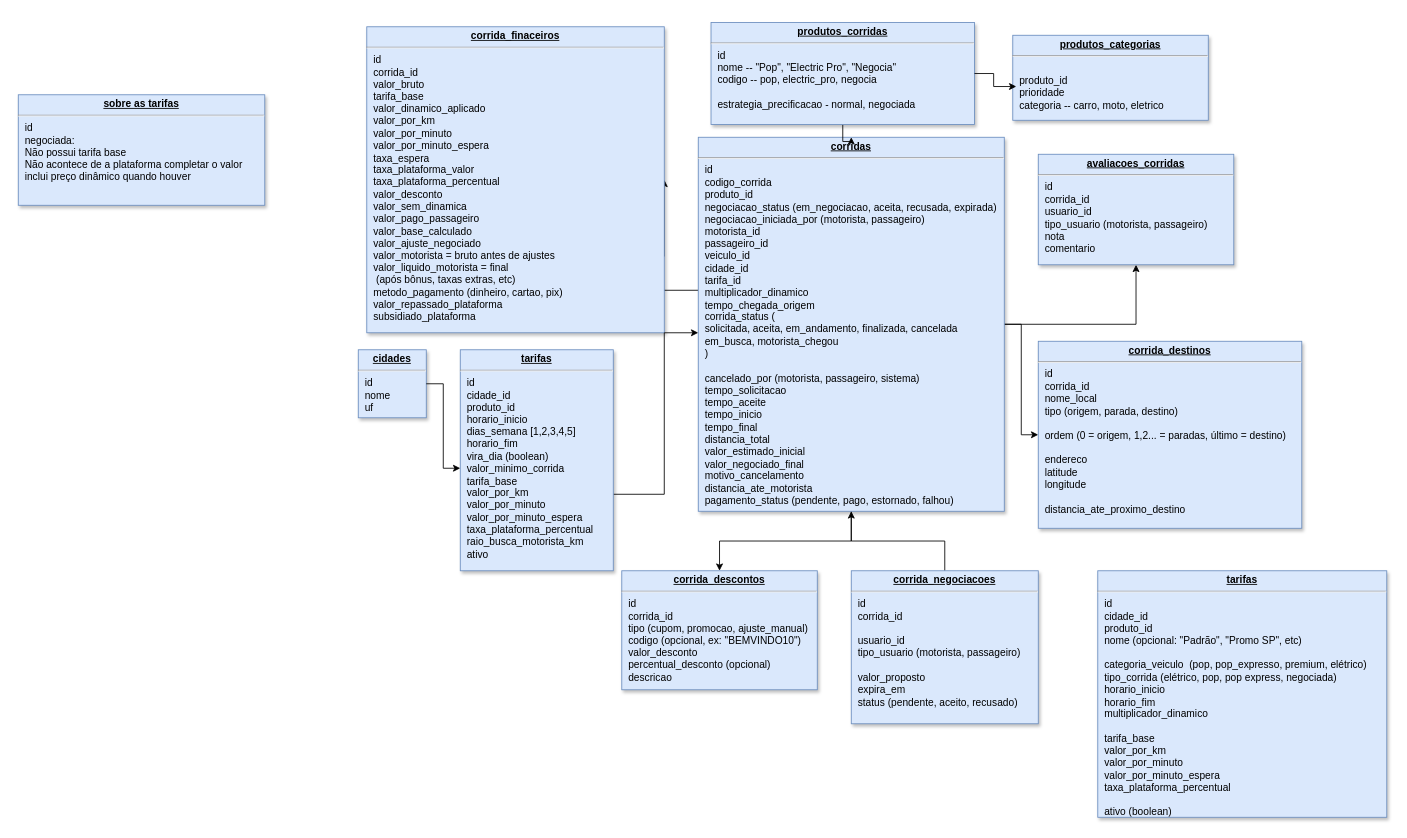
PnA-Publicidade/aplicativo-mobilidade-urbana-backend keeps this draw.io diagram as page "corridas" (2 of 2) of Diagrama sem nome.drawio. Above is the earlier version. Source tidied: cells renumbered, new cells numbered last; positions are measured from the earlier drawing's top-left corner, leaving out a move shared by most shapes. Both pictures are drawn from the tidied source at 85%, with x=0, y=0 at pixel (18, 22).
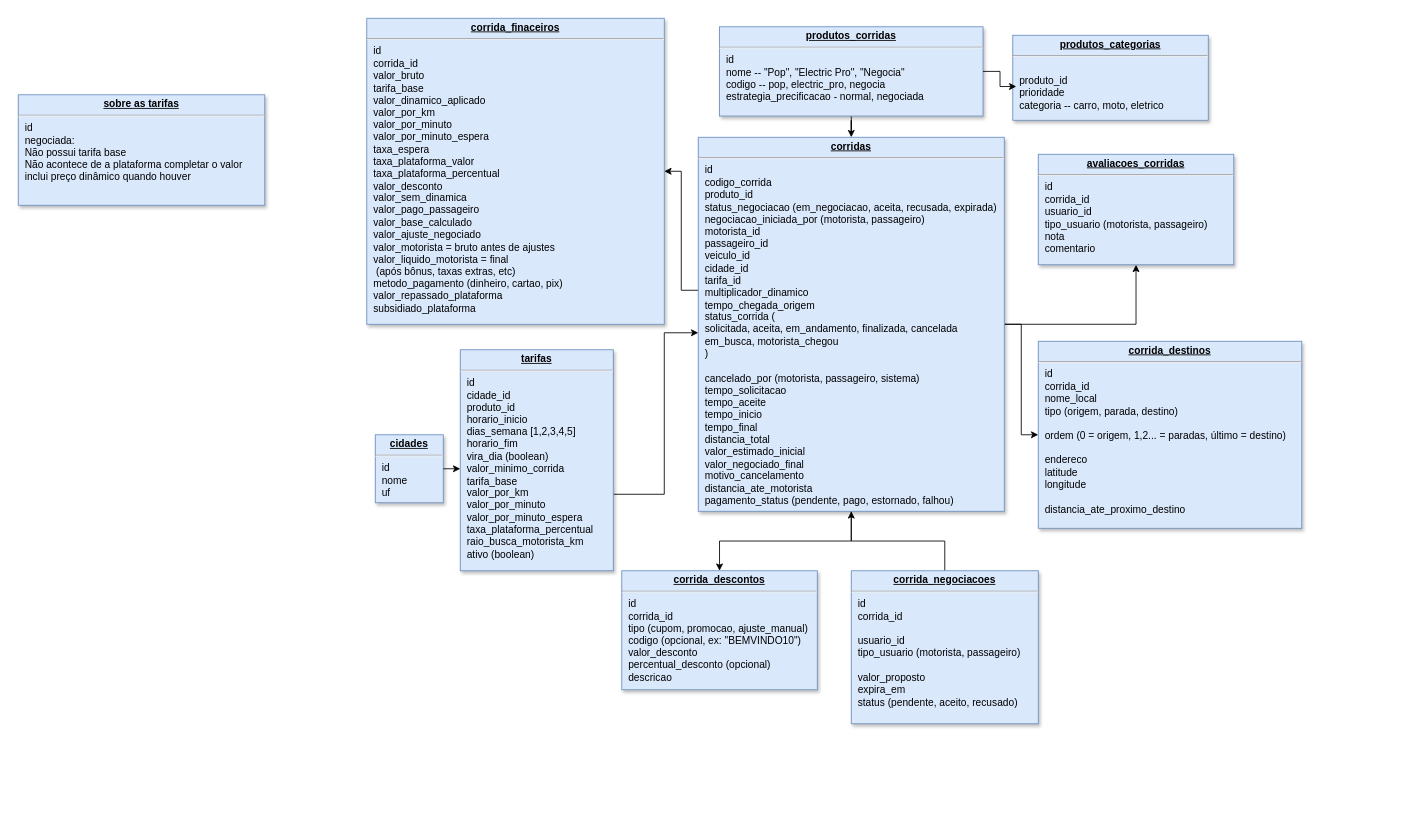
The same diagram, later.

What changed in the source:
```diff
@@
     <mxCell id="3" style="edgeStyle=orthogonalEdgeStyle;rounded=0;jettySize=auto;html=1;entryX=1;entryY=0.5;entryDx=0;entryDy=0;" parent="1" edge="1" source="6" target="7">
       <mxGeometry relative="1" as="geometry">
         <Array as="points">
-          <mxPoint x="740" y="315" />
-          <mxPoint x="740" y="275" />
+          <mxPoint x="780" y="315" />
+          <mxPoint x="780" y="175" />
         </Array>
       </mxGeometry>
     </mxCell>
@@
-    <mxCell id="6" value="&lt;p style=&quot;margin: 0px ; margin-top: 4px ; text-align: center ; text-decoration: underline&quot;&gt;&lt;b&gt;corridas&lt;/b&gt;&lt;/p&gt;&lt;hr&gt;&lt;p style=&quot;margin: 0px ; margin-left: 8px&quot;&gt;id&lt;/p&gt;&lt;p style=&quot;margin: 0px ; margin-left: 8px&quot;&gt;codigo_corrida&lt;/p&gt;&lt;p style=&quot;margin: 0px ; margin-left: 8px&quot;&gt;produto_id&lt;/p&gt;&lt;p style=&quot;margin: 0px ; margin-left: 8px&quot;&gt;negociacao_status (em_negociacao, aceita, recusada, expirada)&lt;/p&gt;&lt;p style=&quot;margin: 0px ; margin-left: 8px&quot;&gt;negociacao_iniciada_por (motorista, passageiro)&lt;/p&gt;&lt;p style=&quot;margin: 0px ; margin-left: 8px&quot;&gt;motorista_id&lt;/p&gt;&lt;p style=&quot;margin: 0px ; margin-left: 8px&quot;&gt;passageiro_id&lt;/p&gt;&lt;p style=&quot;margin: 0px ; margin-left: 8px&quot;&gt;veiculo_id&amp;nbsp;&lt;/p&gt;&lt;p style=&quot;margin: 0px ; margin-left: 8px&quot;&gt;cidade_id&lt;/p&gt;&lt;p style=&quot;margin: 0px ; margin-left: 8px&quot;&gt;tarifa_id&lt;/p&gt;&lt;p style=&quot;margin: 0px ; margin-left: 8px&quot;&gt;multiplicador_dinamico&lt;/p&gt;&lt;p style=&quot;margin: 0px ; margin-left: 8px&quot;&gt;tempo_chegada_origem&lt;/p&gt;&lt;p style=&quot;margin: 0px ; margin-left: 8px&quot;&gt;corrida_status (&lt;/p&gt;&lt;p style=&quot;margin: 0px ; margin-left: 8px&quot;&gt;solicitada, aceita, em_andamento, finalizada, cancelada&lt;/p&gt;&lt;p style=&quot;margin: 0px ; margin-left: 8px&quot;&gt;em_busca, motorista_chegou&lt;/p&gt;&lt;p style=&quot;margin: 0px ; margin-left: 8px&quot;&gt;)&lt;/p&gt;&lt;p style=&quot;margin: 0px ; margin-left: 8px&quot;&gt;&lt;br&gt;&lt;/p&gt;&lt;p style=&quot;margin: 0px ; margin-left: 8px&quot;&gt;cancelado_por (motorista, passageiro, sistema)&lt;/p&gt;&lt;p style=&quot;margin: 0px ; margin-left: 8px&quot;&gt;tempo_solicitacao&lt;/p&gt;&lt;p style=&quot;margin: 0px ; margin-left: 8px&quot;&gt;tempo_aceite&lt;/p&gt;&lt;p style=&quot;margin: 0px ; margin-left: 8px&quot;&gt;tempo_inicio&lt;/p&gt;&lt;p style=&quot;margin: 0px ; margin-left: 8px&quot;&gt;tempo_final&lt;/p&gt;&lt;p style=&quot;margin: 0px ; margin-left: 8px&quot;&gt;distancia_total&lt;/p&gt;&lt;p style=&quot;margin: 0px ; margin-left: 8px&quot;&gt;valor_estimado_inicial&lt;/p&gt;&lt;p style=&quot;margin: 0px ; margin-left: 8px&quot;&gt;valor_negociado_final&lt;/p&gt;&lt;p style=&quot;margin: 0px ; margin-left: 8px&quot;&gt;motivo_cancelamento&lt;/p&gt;&lt;p style=&quot;margin: 0px ; margin-left: 8px&quot;&gt;distancia_ate_motorista&lt;/p&gt;&lt;p style=&quot;margin: 0px ; margin-left: 8px&quot;&gt;pagamento_status (pendente, pago, estornado, falhou)&lt;/p&gt;&lt;p style=&quot;margin: 0px ; margin-left: 8px&quot;&gt;&lt;br&gt;&lt;/p&gt;" style="verticalAlign=top;align=left;overflow=fill;fontSize=12;fontFamily=Helvetica;html=1;strokeColor=#6c8ebf;shadow=1;fillColor=#dae8fc;" parent="1" vertex="1">
+    <mxCell id="6" value="&lt;p style=&quot;margin: 0px ; margin-top: 4px ; text-align: center ; text-decoration: underline&quot;&gt;&lt;b&gt;corridas&lt;/b&gt;&lt;/p&gt;&lt;hr&gt;&lt;p style=&quot;margin: 0px ; margin-left: 8px&quot;&gt;id&lt;/p&gt;&lt;p style=&quot;margin: 0px ; margin-left: 8px&quot;&gt;codigo_corrida&lt;/p&gt;&lt;p style=&quot;margin: 0px ; margin-left: 8px&quot;&gt;produto_id&lt;/p&gt;&lt;p style=&quot;margin: 0px ; margin-left: 8px&quot;&gt;status_&lt;span style=&quot;background-color: transparent; color: light-dark(rgb(0, 0, 0), rgb(255, 255, 255));&quot;&gt;negociacao&lt;/span&gt;&lt;span style=&quot;background-color: transparent; color: light-dark(rgb(0, 0, 0), rgb(255, 255, 255));&quot;&gt;&amp;nbsp;(em_negociacao, aceita, recusada, expirada)&lt;/span&gt;&lt;/p&gt;&lt;p style=&quot;margin: 0px ; margin-left: 8px&quot;&gt;negociacao_iniciada_por (motorista, passageiro)&lt;/p&gt;&lt;p style=&quot;margin: 0px ; margin-left: 8px&quot;&gt;motorista_id&lt;/p&gt;&lt;p style=&quot;margin: 0px ; margin-left: 8px&quot;&gt;passageiro_id&lt;/p&gt;&lt;p style=&quot;margin: 0px ; margin-left: 8px&quot;&gt;veiculo_id&amp;nbsp;&lt;/p&gt;&lt;p style=&quot;margin: 0px ; margin-left: 8px&quot;&gt;cidade_id&lt;/p&gt;&lt;p style=&quot;margin: 0px ; margin-left: 8px&quot;&gt;tarifa_id&lt;/p&gt;&lt;p style=&quot;margin: 0px ; margin-left: 8px&quot;&gt;multiplicador_dinamico&lt;/p&gt;&lt;p style=&quot;margin: 0px ; margin-left: 8px&quot;&gt;tempo_chegada_origem&lt;/p&gt;&lt;p style=&quot;margin: 0px ; margin-left: 8px&quot;&gt;status_&lt;span style=&quot;background-color: transparent; color: light-dark(rgb(0, 0, 0), rgb(255, 255, 255));&quot;&gt;corrida&lt;/span&gt;&lt;span style=&quot;background-color: transparent; color: light-dark(rgb(0, 0, 0), rgb(255, 255, 255));&quot;&gt;&amp;nbsp;(&lt;/span&gt;&lt;/p&gt;&lt;p style=&quot;margin: 0px ; margin-left: 8px&quot;&gt;solicitada, aceita, em_andamento, finalizada, cancelada&lt;/p&gt;&lt;p style=&quot;margin: 0px ; margin-left: 8px&quot;&gt;em_busca, motorista_chegou&lt;/p&gt;&lt;p style=&quot;margin: 0px ; margin-left: 8px&quot;&gt;)&lt;/p&gt;&lt;p style=&quot;margin: 0px ; margin-left: 8px&quot;&gt;&lt;br&gt;&lt;/p&gt;&lt;p style=&quot;margin: 0px ; margin-left: 8px&quot;&gt;cancelado_por (motorista, passageiro, sistema)&lt;/p&gt;&lt;p style=&quot;margin: 0px ; margin-left: 8px&quot;&gt;tempo_solicitacao&lt;/p&gt;&lt;p style=&quot;margin: 0px ; margin-left: 8px&quot;&gt;tempo_aceite&lt;/p&gt;&lt;p style=&quot;margin: 0px ; margin-left: 8px&quot;&gt;tempo_inicio&lt;/p&gt;&lt;p style=&quot;margin: 0px ; margin-left: 8px&quot;&gt;tempo_final&lt;/p&gt;&lt;p style=&quot;margin: 0px ; margin-left: 8px&quot;&gt;distancia_total&lt;/p&gt;&lt;p style=&quot;margin: 0px ; margin-left: 8px&quot;&gt;valor_estimado_inicial&lt;/p&gt;&lt;p style=&quot;margin: 0px ; margin-left: 8px&quot;&gt;valor_negociado_final&lt;/p&gt;&lt;p style=&quot;margin: 0px ; margin-left: 8px&quot;&gt;motivo_cancelamento&lt;/p&gt;&lt;p style=&quot;margin: 0px ; margin-left: 8px&quot;&gt;distancia_ate_motorista&lt;/p&gt;&lt;p style=&quot;margin: 0px ; margin-left: 8px&quot;&gt;pagamento_status (pendente, pago, estornado, falhou)&lt;/p&gt;&lt;p style=&quot;margin: 0px ; margin-left: 8px&quot;&gt;&lt;br&gt;&lt;/p&gt;" style="verticalAlign=top;align=left;overflow=fill;fontSize=12;fontFamily=Helvetica;html=1;strokeColor=#6c8ebf;shadow=1;fillColor=#dae8fc;" parent="1" vertex="1">
       <mxGeometry x="800" y="135" width="360" height="440" as="geometry" />
     </mxCell>
     <mxCell id="7" value="&lt;p style=&quot;margin: 0px ; margin-top: 4px ; text-align: center ; text-decoration: underline&quot;&gt;&lt;b&gt;corrida_finaceiros&lt;/b&gt;&lt;/p&gt;&lt;hr&gt;&lt;p style=&quot;margin: 0px ; margin-left: 8px&quot;&gt;id&lt;/p&gt;&lt;p style=&quot;margin: 0px ; margin-left: 8px&quot;&gt;corrida_id&lt;/p&gt;&lt;p style=&quot;margin: 0px ; margin-left: 8px&quot;&gt;valor_bruto&lt;/p&gt;&lt;p style=&quot;margin: 0px ; margin-left: 8px&quot;&gt;tarifa_base&lt;/p&gt;&lt;p style=&quot;margin: 0px ; margin-left: 8px&quot;&gt;valor_dinamico_aplicado&lt;/p&gt;&lt;p style=&quot;margin: 0px ; margin-left: 8px&quot;&gt;valor_por_km&lt;/p&gt;&lt;p style=&quot;margin: 0px ; margin-left: 8px&quot;&gt;valor_por_minuto&lt;/p&gt;&lt;p style=&quot;margin: 0px ; margin-left: 8px&quot;&gt;valor_por_minuto_espera&lt;/p&gt;&lt;p style=&quot;margin: 0px ; margin-left: 8px&quot;&gt;taxa_espera&lt;/p&gt;&lt;p style=&quot;margin: 0px 0px 0px 8px;&quot;&gt;taxa_plataforma_valor&lt;/p&gt;&lt;p style=&quot;margin: 0px 0px 0px 8px;&quot;&gt;taxa_plataforma_percentual&lt;/p&gt;&lt;p style=&quot;margin: 0px ; margin-left: 8px&quot;&gt;valor_desconto&lt;/p&gt;&lt;p style=&quot;margin: 0px ; margin-left: 8px&quot;&gt;valor_sem_dinamica&lt;/p&gt;&lt;p style=&quot;margin: 0px ; margin-left: 8px&quot;&gt;valor_pago_passageiro&lt;/p&gt;&lt;p style=&quot;margin: 0px ; margin-left: 8px&quot;&gt;valor_base_calculado&lt;br&gt;valor_ajuste_negociado&lt;/p&gt;&lt;p style=&quot;margin: 0px ; margin-left: 8px&quot;&gt;valor_motorista = bruto antes de ajustes&lt;/p&gt;&lt;p style=&quot;margin: 0px ; margin-left: 8px&quot;&gt;valor_liquido_motorista = final&lt;/p&gt;&lt;p style=&quot;margin: 0px ; margin-left: 8px&quot;&gt;&amp;nbsp;(após bônus, taxas extras, etc)&lt;/p&gt;&lt;p style=&quot;margin: 0px ; margin-left: 8px&quot;&gt;metodo_pagamento (dinheiro, cartao, pix)&lt;/p&gt;&lt;p style=&quot;margin: 0px ; margin-left: 8px&quot;&gt;valor_repassado_plataforma&lt;/p&gt;&lt;p style=&quot;margin: 0px ; margin-left: 8px&quot;&gt;subsidiado_plataforma&lt;/p&gt;" style="verticalAlign=top;align=left;overflow=fill;fontSize=12;fontFamily=Helvetica;html=1;strokeColor=#6c8ebf;shadow=1;fillColor=#dae8fc;" parent="1" vertex="1">
-      <mxGeometry x="410" y="5" width="350" height="360" as="geometry" />
+      <mxGeometry x="410" y="-5" width="350" height="360" as="geometry" />
     </mxCell>
@@
-    <mxCell id="11" value="&lt;p style=&quot;margin: 0px ; margin-top: 4px ; text-align: center ; text-decoration: underline&quot;&gt;&lt;b&gt;tarifas&lt;/b&gt;&lt;/p&gt;&lt;hr&gt;&lt;p style=&quot;margin: 0px ; margin-left: 8px&quot;&gt;id&lt;br&gt;cidade_id&lt;br&gt;produto_id&lt;br&gt;horario_inicio&lt;/p&gt;&lt;p style=&quot;margin: 0px ; margin-left: 8px&quot;&gt;dias_semana [&lt;span class=&quot;ͼy&quot;&gt;1&lt;/span&gt;,&lt;span class=&quot;ͼy&quot;&gt;2&lt;/span&gt;,&lt;span class=&quot;ͼy&quot;&gt;3&lt;/span&gt;,&lt;span class=&quot;ͼy&quot;&gt;4&lt;/span&gt;,&lt;span class=&quot;ͼy&quot;&gt;5&lt;/span&gt;]&lt;br&gt;horario_fim&lt;/p&gt;&lt;p style=&quot;margin: 0px ; margin-left: 8px&quot;&gt;vira_dia (boolean)&lt;br&gt;valor_minimo_corrida&lt;br&gt;tarifa_base&lt;br&gt;valor_por_km&lt;br&gt;valor_por_minuto&lt;/p&gt;&lt;p style=&quot;margin: 0px ; margin-left: 8px&quot;&gt;valor_por_minuto_espera&lt;br&gt;taxa_plataforma_percentual&lt;/p&gt;&lt;p style=&quot;margin: 0px ; margin-left: 8px&quot;&gt;raio_busca_motorista_km&lt;br&gt;ativo&lt;/p&gt;&lt;div&gt;&lt;br&gt;&lt;/div&gt;" style="verticalAlign=top;align=left;overflow=fill;fontSize=12;fontFamily=Helvetica;html=1;strokeColor=#6c8ebf;shadow=1;fillColor=#dae8fc;" parent="1" vertex="1">
+    <mxCell id="11" value="&lt;p style=&quot;margin: 0px ; margin-top: 4px ; text-align: center ; text-decoration: underline&quot;&gt;&lt;b&gt;tarifas&lt;/b&gt;&lt;/p&gt;&lt;hr&gt;&lt;p style=&quot;margin: 0px ; margin-left: 8px&quot;&gt;id&lt;br&gt;cidade_id&lt;br&gt;produto_id&lt;br&gt;horario_inicio&lt;/p&gt;&lt;p style=&quot;margin: 0px ; margin-left: 8px&quot;&gt;dias_semana [&lt;span class=&quot;ͼy&quot;&gt;1&lt;/span&gt;,&lt;span class=&quot;ͼy&quot;&gt;2&lt;/span&gt;,&lt;span class=&quot;ͼy&quot;&gt;3&lt;/span&gt;,&lt;span class=&quot;ͼy&quot;&gt;4&lt;/span&gt;,&lt;span class=&quot;ͼy&quot;&gt;5&lt;/span&gt;]&lt;br&gt;horario_fim&lt;/p&gt;&lt;p style=&quot;margin: 0px ; margin-left: 8px&quot;&gt;vira_dia (boolean)&lt;br&gt;valor_minimo_corrida&lt;br&gt;tarifa_base&lt;br&gt;valor_por_km&lt;br&gt;valor_por_minuto&lt;/p&gt;&lt;p style=&quot;margin: 0px ; margin-left: 8px&quot;&gt;valor_por_minuto_espera&lt;br&gt;taxa_plataforma_percentual&lt;/p&gt;&lt;p style=&quot;margin: 0px ; margin-left: 8px&quot;&gt;raio_busca_motorista_km&lt;/p&gt;&lt;p style=&quot;margin: 0px 0px 0px 8px;&quot;&gt;ativo (boolean)&lt;/p&gt;&lt;div&gt;&lt;br&gt;&lt;/div&gt;" style="verticalAlign=top;align=left;overflow=fill;fontSize=12;fontFamily=Helvetica;html=1;strokeColor=#6c8ebf;shadow=1;fillColor=#dae8fc;" parent="1" vertex="1">
       <mxGeometry x="520" y="385" width="180" height="260" as="geometry" />
     </mxCell>
     <mxCell id="12" value="&lt;p style=&quot;margin: 0px ; margin-top: 4px ; text-align: center ; text-decoration: underline&quot;&gt;&lt;b&gt;cidades&lt;/b&gt;&lt;/p&gt;&lt;hr&gt;&lt;p style=&quot;margin: 0px ; margin-left: 8px&quot;&gt;id&lt;/p&gt;&lt;p style=&quot;margin: 0px ; margin-left: 8px&quot;&gt;&lt;span style=&quot;background-color: transparent; color: light-dark(rgb(0, 0, 0), rgb(255, 255, 255));&quot;&gt;nome&lt;/span&gt;&lt;/p&gt;&lt;p style=&quot;margin: 0px ; margin-left: 8px&quot;&gt;uf&lt;/p&gt;&lt;div&gt;&lt;br&gt;&lt;/div&gt;" style="verticalAlign=top;align=left;overflow=fill;fontSize=12;fontFamily=Helvetica;html=1;strokeColor=#6c8ebf;shadow=1;fillColor=#dae8fc;" parent="1" vertex="1">
-      <mxGeometry x="400" y="385" width="80" height="80" as="geometry" />
+      <mxGeometry x="420" y="485" width="80" height="80" as="geometry" />
     </mxCell>
@@
-    <mxCell id="18" value="&lt;p style=&quot;margin: 0px ; margin-top: 4px ; text-align: center ; text-decoration: underline&quot;&gt;&lt;b&gt;produtos_corridas&lt;/b&gt;&lt;/p&gt;&lt;hr&gt;&lt;p style=&quot;margin: 0px ; margin-left: 8px&quot;&gt;id&lt;/p&gt;&lt;p style=&quot;margin: 0px ; margin-left: 8px&quot;&gt;nome                &lt;span class=&quot;ͼt&quot;&gt;-- &quot;Pop&quot;, &quot;Electric Pro&quot;, &quot;Negocia&quot;&lt;/span&gt;&lt;br&gt;codigo              &lt;span class=&quot;ͼt&quot;&gt;-- pop, electric_pro, negocia&lt;/span&gt;&lt;br&gt;&lt;br&gt;estrategia_precificacao&amp;nbsp;&lt;span class=&quot;ͼt&quot;&gt;- normal, negociada&lt;/span&gt;&lt;br&gt;&lt;br&gt;&lt;br&gt;&lt;/p&gt;" style="verticalAlign=top;align=left;overflow=fill;fontSize=12;fontFamily=Helvetica;html=1;strokeColor=#6c8ebf;shadow=1;fillColor=#dae8fc;" parent="1" vertex="1">
-      <mxGeometry x="815" width="310" height="120" as="geometry" />
+    <mxCell id="18" value="&lt;p style=&quot;margin: 0px ; margin-top: 4px ; text-align: center ; text-decoration: underline&quot;&gt;&lt;b&gt;produtos_corridas&lt;/b&gt;&lt;/p&gt;&lt;hr&gt;&lt;p style=&quot;margin: 0px ; margin-left: 8px&quot;&gt;id&lt;/p&gt;&lt;p style=&quot;margin: 0px ; margin-left: 8px&quot;&gt;nome                &lt;span class=&quot;ͼt&quot;&gt;-- &quot;Pop&quot;, &quot;Electric Pro&quot;, &quot;Negocia&quot;&lt;/span&gt;&lt;br&gt;codigo              &lt;span class=&quot;ͼt&quot;&gt;-- pop, electric_pro, negocia&lt;/span&gt;&lt;br&gt;estrategia_precificacao&amp;nbsp;&lt;span class=&quot;ͼt&quot;&gt;- normal, negociada&lt;/span&gt;&lt;br&gt;&lt;br&gt;&lt;br&gt;&lt;/p&gt;" style="verticalAlign=top;align=left;overflow=fill;fontSize=12;fontFamily=Helvetica;html=1;strokeColor=#6c8ebf;shadow=1;fillColor=#dae8fc;" parent="1" vertex="1">
+      <mxGeometry x="825" y="5" width="310" height="105" as="geometry" />
     </mxCell>
-    <mxCell id="19" value="&lt;p style=&quot;margin: 0px ; margin-top: 4px ; text-align: center ; text-decoration: underline&quot;&gt;&lt;b&gt;tarifas&lt;/b&gt;&lt;/p&gt;&lt;hr&gt;&lt;p style=&quot;margin: 0px ; margin-left: 8px&quot;&gt;id&lt;/p&gt;&lt;p style=&quot;margin: 0px ; margin-left: 8px&quot;&gt;cidade_id&lt;/p&gt;&lt;p style=&quot;margin: 0px ; margin-left: 8px&quot;&gt;produto_id&lt;/p&gt;&lt;p style=&quot;margin: 0px ; margin-left: 8px&quot;&gt;nome (opcional: &quot;Padrão&quot;, &quot;Promo SP&quot;, etc)&lt;/p&gt;&lt;p style=&quot;margin: 0px ; margin-left: 8px&quot;&gt;&lt;br&gt;&lt;/p&gt;&lt;p style=&quot;margin: 0px ; margin-left: 8px&quot;&gt;categoria_veiculo&amp;nbsp;&lt;span style=&quot;background-color: transparent; color: light-dark(rgb(0, 0, 0), rgb(255, 255, 255));&quot;&gt;&amp;nbsp;&lt;/span&gt;&lt;span style=&quot;background-color: transparent; color: light-dark(rgb(0, 0, 0), rgb(255, 255, 255));&quot;&gt;(pop, pop_expresso, premium, elétrico)&lt;/span&gt;&lt;/p&gt;&lt;p style=&quot;margin: 0px ; margin-left: 8px&quot;&gt;tipo_corrida (elétrico, pop, pop express, negociada)&lt;/p&gt;&lt;p style=&quot;margin: 0px ; margin-left: 8px&quot;&gt;horario_inicio&lt;/p&gt;&lt;p style=&quot;margin: 0px ; margin-left: 8px&quot;&gt;horario_fim&lt;/p&gt;&lt;p style=&quot;margin: 0px ; margin-left: 8px&quot;&gt;multiplicador_dinamico&lt;/p&gt;&lt;p style=&quot;margin: 0px ; margin-left: 8px&quot;&gt;&lt;br&gt;&lt;/p&gt;&lt;p style=&quot;margin: 0px ; margin-left: 8px&quot;&gt;tarifa_base&lt;/p&gt;&lt;p style=&quot;margin: 0px ; margin-left: 8px&quot;&gt;valor_por_km&lt;/p&gt;&lt;p style=&quot;margin: 0px ; margin-left: 8px&quot;&gt;valor_por_minuto&lt;/p&gt;&lt;p style=&quot;margin: 0px ; margin-left: 8px&quot;&gt;valor_por_minuto_espera&lt;/p&gt;&lt;p style=&quot;margin: 0px ; margin-left: 8px&quot;&gt;taxa_plataforma_percentual&lt;/p&gt;&lt;p style=&quot;margin: 0px ; margin-left: 8px&quot;&gt;&lt;br&gt;&lt;/p&gt;&lt;p style=&quot;margin: 0px ; margin-left: 8px&quot;&gt;ativo (boolean)&lt;/p&gt;&lt;div&gt;&lt;br&gt;&lt;/div&gt;" style="verticalAlign=top;align=left;overflow=fill;fontSize=12;fontFamily=Helvetica;html=1;strokeColor=#6c8ebf;shadow=1;fillColor=#dae8fc;" parent="1" vertex="1">
-      <mxGeometry x="1270" y="645" width="340" height="290" as="geometry" />
-    </mxCell>
```
